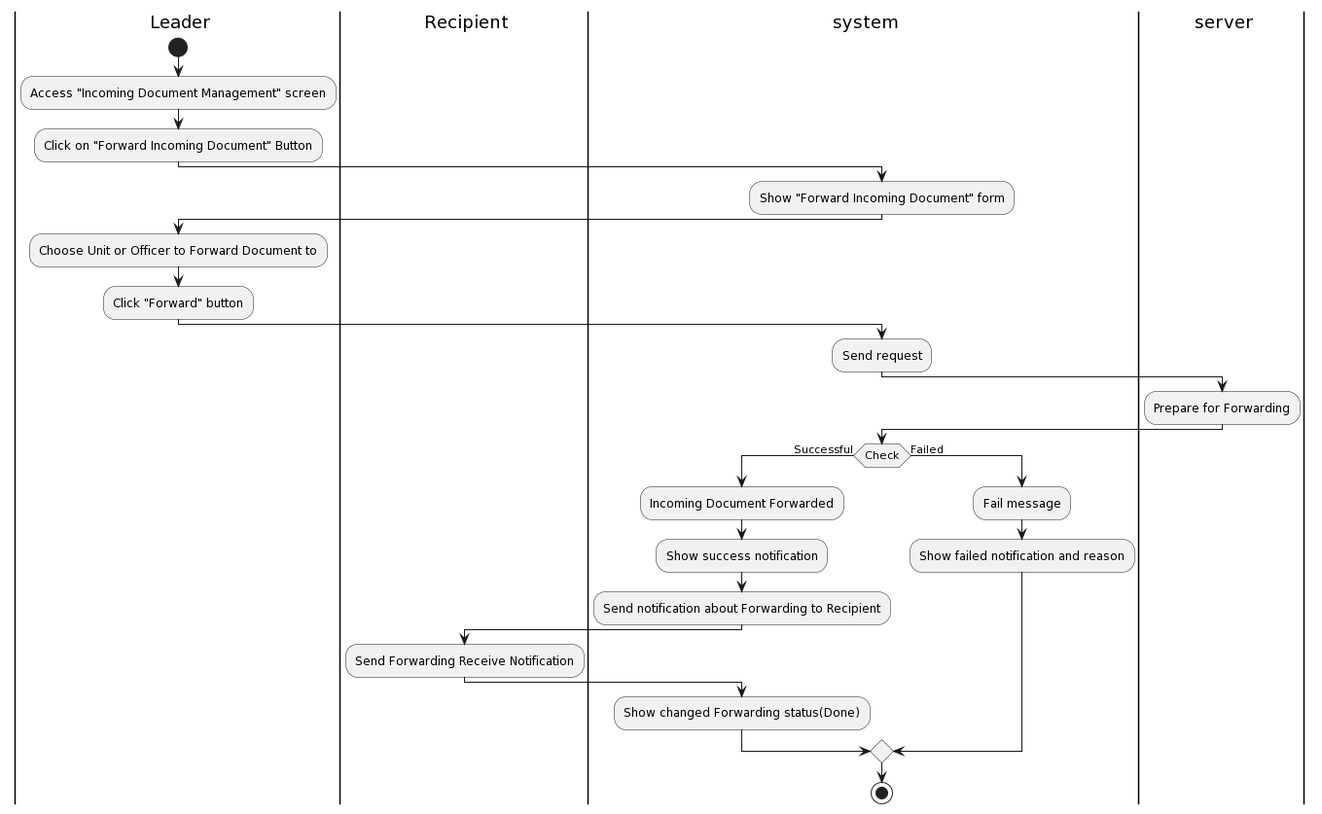
This is Lab1/Lab1.2/Activity Diagram/IncomingDocument/ForwardIncomingDocument/ForwardIncomingDocument.png from khoapham1003/SE357-Pratice-class, a PlantUML export, as it was before one commit. Source of this version:
```plantuml
@startuml
|a| Leader
|a1| Recipient
|sys| system
|ser| server
|a|
start
:Access "Incoming Document Management" screen;
:Click on "Forward Incoming Document" Button;
|sys|
:Show "Forward Incoming Document" form;
|a|
:Choose Unit or Officer to Forward Document to;
:Click "Forward" button;
|sys|
:Send request;
|ser|
:Prepare for Forwarding;
|sys|
if(Check) then (Successful)
:Incoming Document Forwarded;
:Show success notification;
:Send notification about Forwarding to Recipient;
|a1|
:Send Forwarding Receive Notification;
|sys|
:Show changed Forwarding status(Done);
else (Failed)
:Fail message;
:Show failed notification and reason;
endif

stop
@enduml
```
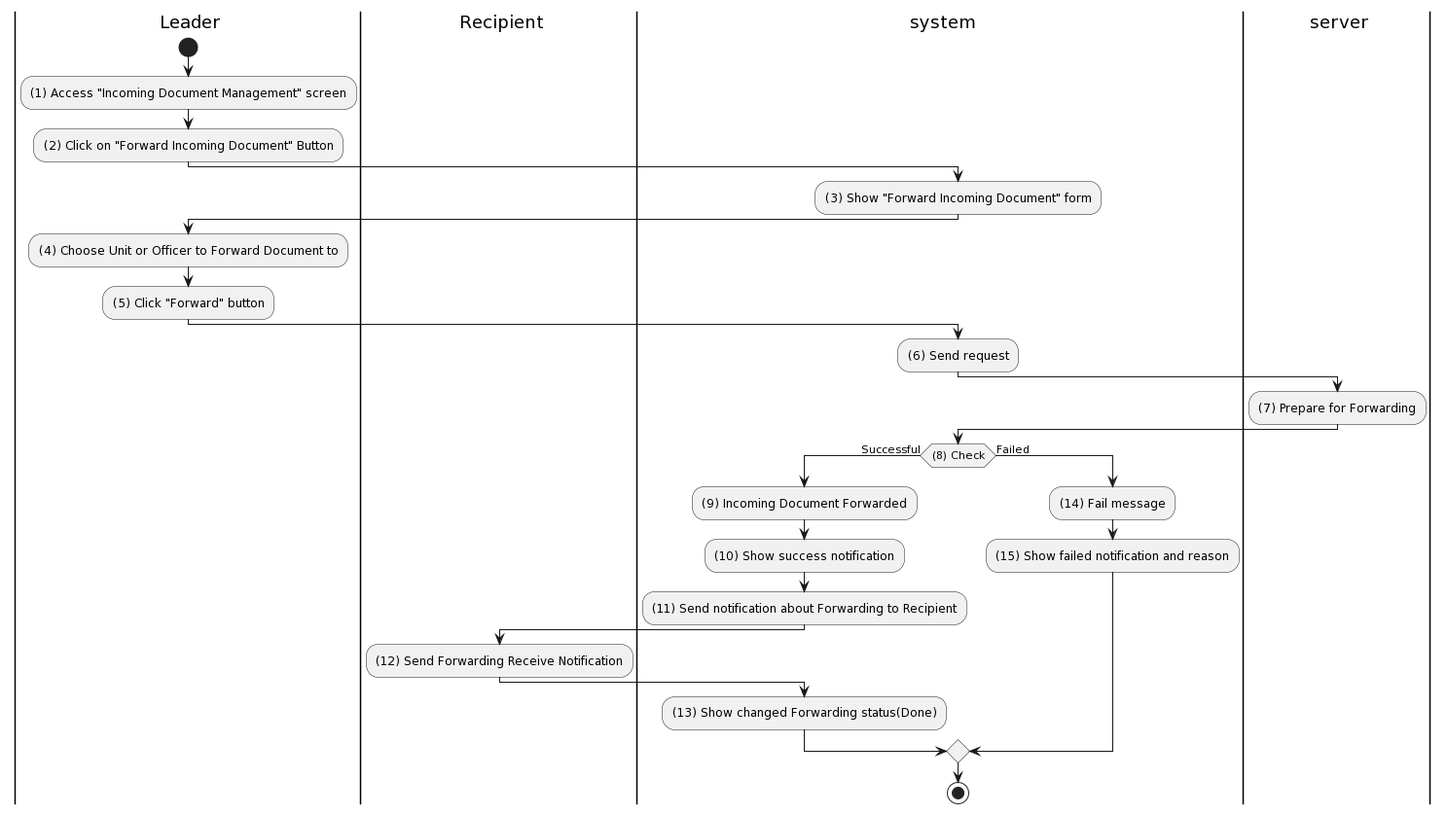
The same file after the commit.

Change to the diagram source:
```diff
@@ -5,29 +5,29 @@
 |ser| server
 |a|
 start
-:Access "Incoming Document Management" screen;
-:Click on "Forward Incoming Document" Button;
+:(1) Access "Incoming Document Management" screen;
+:(2) Click on "Forward Incoming Document" Button;
 |sys|
-:Show "Forward Incoming Document" form;
+:(3) Show "Forward Incoming Document" form;
 |a|
-:Choose Unit or Officer to Forward Document to;
-:Click "Forward" button;
+:(4) Choose Unit or Officer to Forward Document to;
+:(5) Click "Forward" button;
 |sys|
-:Send request;
+:(6) Send request;
 |ser|
-:Prepare for Forwarding;
+:(7) Prepare for Forwarding;
 |sys|
-if(Check) then (Successful)
-:Incoming Document Forwarded;
-:Show success notification;
-:Send notification about Forwarding to Recipient;
+if((8) Check) then (Successful)
+:(9) Incoming Document Forwarded;
+:(10) Show success notification;
+:(11) Send notification about Forwarding to Recipient;
 |a1|
-:Send Forwarding Receive Notification;
+:(12) Send Forwarding Receive Notification;
 |sys|
-:Show changed Forwarding status(Done);
+:(13) Show changed Forwarding status(Done);
 else (Failed)
-:Fail message;
-:Show failed notification and reason;
+:(14) Fail message;
+:(15) Show failed notification and reason;
 endif
 
 stop
```
